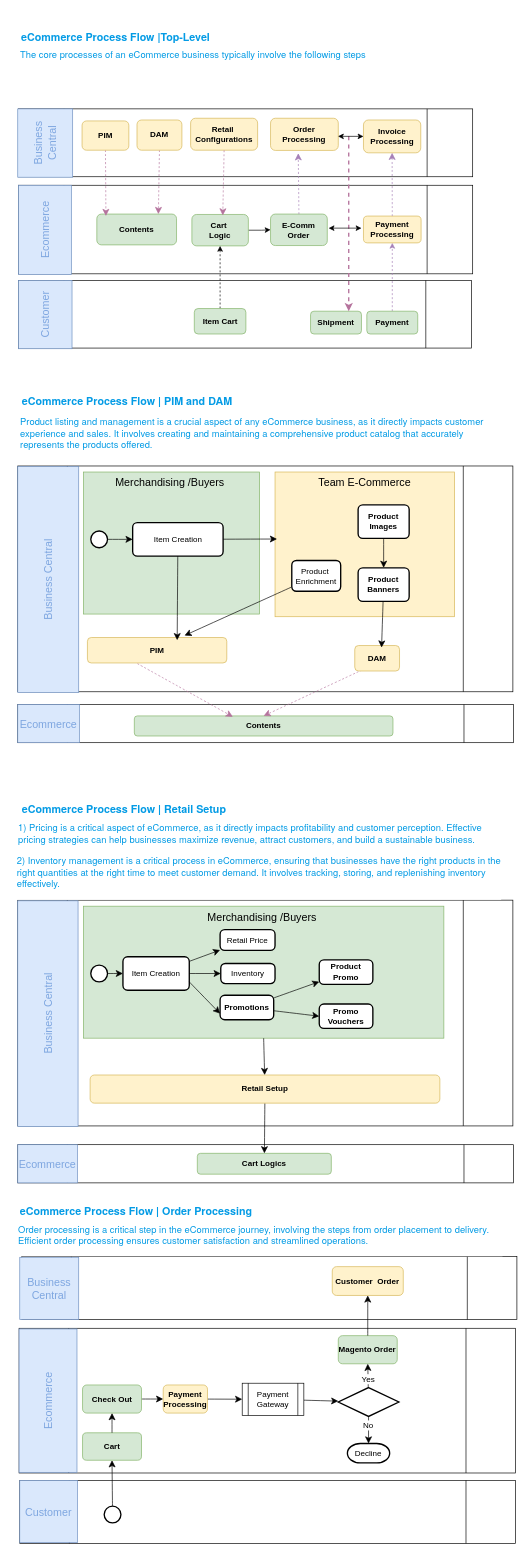
The draw.io diagram EComm_Process_Flow.drawio in kasungl/Isetan_Help, before the edit. Source tidied: cells renumbered, new cells numbered last; positions are measured from the earlier drawing's top-left corner, leaving out a move shared by most shapes. Both pictures are drawn from the tidied source at 67%, with x=0, y=0 at pixel (15, 25).
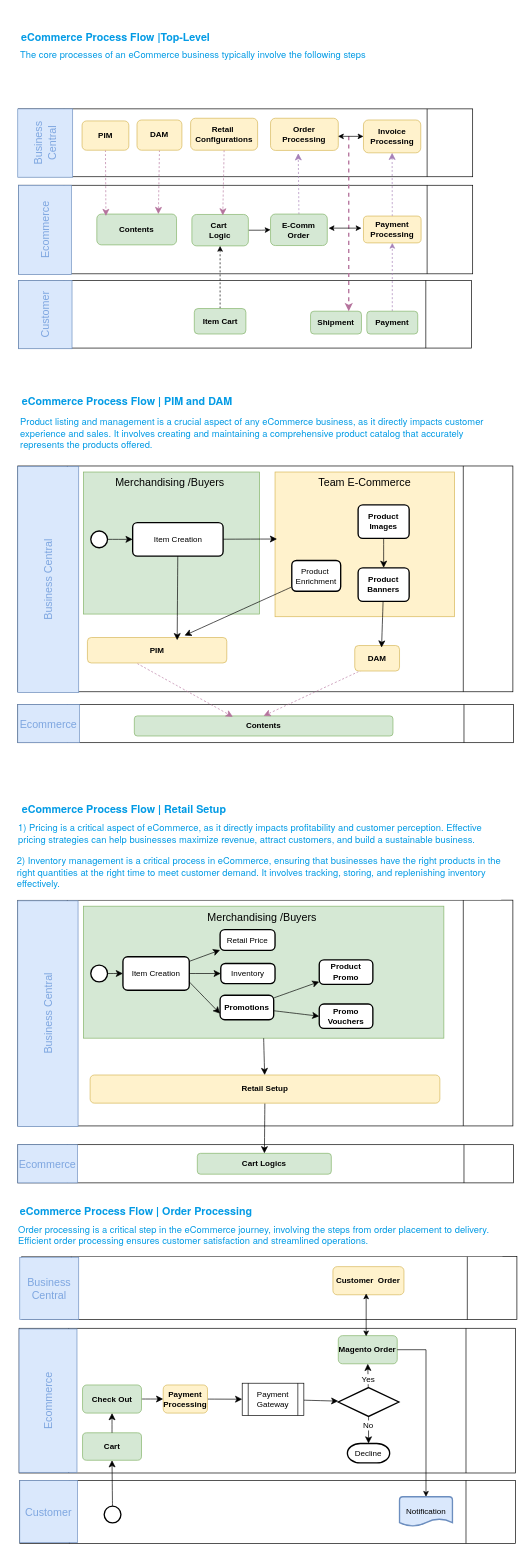
After the change.

The change refers to these unchanged cells:
```xml
<mxCell id="73" value="&lt;b&gt;Magento Order&lt;/b&gt;" style="rounded=1;whiteSpace=wrap;html=1;fillColor=#d5e8d4;strokeColor=#82b366;" parent="68" vertex="1">
  <mxGeometry x="476.4" y="14" width="88" height="42" as="geometry" />
</mxCell>
```

The edit, as a diff of the source:
```diff
@@
     <mxCell id="88" value="&lt;b&gt;Customer&amp;nbsp; Order&lt;/b&gt;" style="rounded=1;whiteSpace=wrap;html=1;fillColor=#fff2cc;strokeColor=#d6b656;" parent="1" vertex="1">
-      <mxGeometry x="472.4" y="1853" width="106" height="43" as="geometry" />
+      <mxGeometry x="473.4" y="1853" width="106" height="42" as="geometry" />
     </mxCell>
-    <mxCell id="89" style="edgeStyle=none;curved=1;rounded=0;jettySize=auto;html=1;fontSize=12;startSize=8;endSize=8;" parent="1" edge="1" source="73" target="88">
-      <mxGeometry relative="1" as="geometry" />
-    </mxCell>
@@
+    <mxCell id="118" value="Notification" style="strokeWidth=2;html=1;shape=mxgraph.flowchart.document2;whiteSpace=wrap;size=0.25;fillColor=#dae8fc;strokeColor=#6c8ebf;" parent="1" vertex="1">
+      <mxGeometry x="572.8" y="2196.5" width="79" height="44" as="geometry" />
+    </mxCell>
+    <mxCell id="119" style="edgeStyle=orthogonalEdgeStyle;rounded=0;jettySize=auto;html=1;entryX=0.5;entryY=0;entryDx=0;entryDy=0;entryPerimeter=0;" parent="1" edge="1" source="73" target="118">
+      <mxGeometry relative="1" as="geometry" />
+    </mxCell>
+    <mxCell id="89" style="endArrow=classic;startArrow=classic;html=1;rounded=0;exitX=0.473;exitY=0.024;exitDx=0;exitDy=0;exitPerimeter=0;entryX=0.468;entryY=0.952;entryDx=0;entryDy=0;entryPerimeter=0;" parent="1" edge="1" source="73" target="88">
+      <mxGeometry relative="1" as="geometry" />
+    </mxCell>
```
